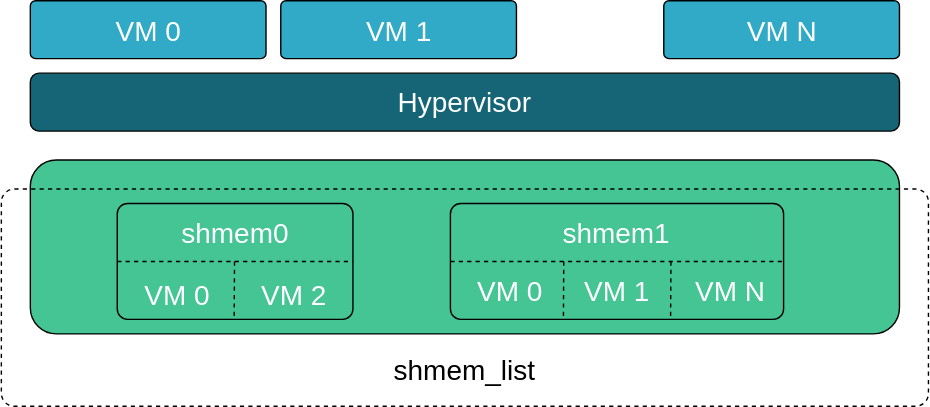
Earlier version of the draw.io export source/bao_hyp/img/shmem.svg (bao-project/bao-docs). Source tidied: cells renumbered, new cells last; positions are measured from the earlier drawing's top-left corner, leaving out a move shared by most shapes. Its diagram source:
```xml
<mxGraphModel>
  <root>
    <mxCell id="0" />
    <mxCell id="1" parent="0" />
    <mxCell id="2" style="group;fontSize=20;" parent="1" vertex="1">
      <mxGeometry width="662.9" height="290" as="geometry" />
    </mxCell>
    <mxCell id="3" value="Hypervisor" style="rounded=1;whiteSpace=wrap;html=1;fillColor=#156577;fontSize=20;fontColor=#FFFFFF;" parent="2" vertex="1">
      <mxGeometry x="20.7" y="51.8" width="621.4" height="41.4" as="geometry" />
    </mxCell>
    <mxCell id="4" style="group;fontSize=20;fontColor=#FFFFFF;" parent="2" vertex="1">
      <mxGeometry x="20.7" width="621.4" height="41.4" as="geometry" />
    </mxCell>
    <mxCell id="5" value="..." style="text;html=1;strokeColor=none;fillColor=none;align=center;verticalAlign=middle;whiteSpace=wrap;rounded=0;opacity=50;textOpacity=50;fontSize=20;fontColor=#FFFFFF;" parent="4" vertex="1">
      <mxGeometry x="347.6" y="5.2" width="105.3" height="31.1" as="geometry" />
    </mxCell>
    <mxCell id="6" value="VM N" style="rounded=1;whiteSpace=wrap;html=1;fillColor=#30aac6;arcSize=9;fontSize=20;fontColor=#FFFFFF;" parent="4" vertex="1">
      <mxGeometry x="452.9" width="168.5" height="41.4" as="geometry" />
    </mxCell>
    <mxCell id="7" value="VM 1" style="rounded=1;whiteSpace=wrap;html=1;fillColor=#30aac6;arcSize=9;fontSize=20;fontColor=#FFFFFF;" parent="4" vertex="1">
      <mxGeometry x="179.1" width="168.5" height="41.4" as="geometry" />
    </mxCell>
    <mxCell id="8" value="VM 0" style="rounded=1;whiteSpace=wrap;html=1;fillColor=#30aac6;arcSize=9;fontSize=20;fontColor=#FFFFFF;" parent="4" vertex="1">
      <mxGeometry width="168.5" height="41.4" as="geometry" />
    </mxCell>
    <mxCell id="9" style="rounded=1;whiteSpace=wrap;html=1;fillColor=#45c494;fontSize=20;" parent="2" vertex="1">
      <mxGeometry x="20.7" y="113.9" width="621.4" height="124.3" as="geometry" />
    </mxCell>
    <mxCell id="10" style="rounded=1;whiteSpace=wrap;html=1;fillColor=none;arcSize=6;dashed=1;fontSize=20;" parent="2" vertex="1">
      <mxGeometry y="134.6" width="662.9" height="155.4" as="geometry" />
    </mxCell>
    <mxCell id="11" value="&lt;p style=&quot;line-height: 120%; font-size: 20px;&quot;&gt;&lt;font color=&quot;#ffffff&quot; style=&quot;font-size: 20px;&quot;&gt;shmem0&lt;br style=&quot;font-size: 20px;&quot;&gt;&lt;/font&gt;&lt;/p&gt;" style="rounded=1;whiteSpace=wrap;html=1;arcSize=9;fillColor=none;verticalAlign=middle;spacing=3;spacingBottom=40;fontSize=20;" parent="2" vertex="1">
      <mxGeometry x="82.9" y="145" width="168.5" height="82.9" as="geometry" />
    </mxCell>
    <mxCell id="12" style="endArrow=none;dashed=1;html=1;rounded=0;exitX=0;exitY=0.5;exitDx=0;exitDy=0;entryX=1;entryY=0.5;entryDx=0;entryDy=0;fontSize=20;" parent="2" edge="1" source="11" target="11">
      <mxGeometry relative="1" as="geometry" />
    </mxCell>
    <mxCell id="13" style="endArrow=none;dashed=1;html=1;rounded=0;fontSize=20;" parent="2" edge="1">
      <mxGeometry relative="1" as="geometry">
        <mxPoint x="166.7" y="186.4" as="sourcePoint" />
        <mxPoint x="166.5" y="227.9" as="targetPoint" />
      </mxGeometry>
    </mxCell>
    <mxCell id="14" value="&lt;font color=&quot;#ffffff&quot; style=&quot;font-size: 20px;&quot;&gt;VM 0&lt;/font&gt;" style="text;html=1;strokeColor=none;fillColor=none;align=center;verticalAlign=middle;whiteSpace=wrap;rounded=0;fontSize=20;" parent="2" vertex="1">
      <mxGeometry x="84.9" y="191.6" width="81.5" height="36.2" as="geometry" />
    </mxCell>
    <mxCell id="15" value="&lt;font color=&quot;#ffffff&quot; style=&quot;font-size: 20px;&quot;&gt;VM 2&lt;/font&gt;" style="text;html=1;strokeColor=none;fillColor=none;align=center;verticalAlign=middle;whiteSpace=wrap;rounded=0;fontSize=20;" parent="2" vertex="1">
      <mxGeometry x="170.6" y="191.6" width="76.6" height="36.2" as="geometry" />
    </mxCell>
    <mxCell id="16" value="&lt;p style=&quot;line-height: 120%; font-size: 20px;&quot;&gt;&lt;font color=&quot;#ffffff&quot; style=&quot;font-size: 20px;&quot;&gt;shmem1&lt;br style=&quot;font-size: 20px;&quot;&gt;&lt;/font&gt;&lt;/p&gt;" style="rounded=1;whiteSpace=wrap;html=1;arcSize=9;fillColor=none;verticalAlign=middle;spacing=3;spacingBottom=40;fontSize=20;" parent="2" vertex="1">
      <mxGeometry x="321.1" y="145" width="238.2" height="82.9" as="geometry" />
    </mxCell>
    <mxCell id="17" style="endArrow=none;dashed=1;html=1;rounded=0;exitX=0;exitY=0.5;exitDx=0;exitDy=0;entryX=1;entryY=0.5;entryDx=0;entryDy=0;fontSize=20;" parent="2" edge="1" source="16" target="16">
      <mxGeometry relative="1" as="geometry" />
    </mxCell>
    <mxCell id="18" value="&lt;font color=&quot;#ffffff&quot; style=&quot;font-size: 20px;&quot;&gt;VM 0&lt;/font&gt;" style="text;html=1;strokeColor=none;fillColor=none;align=center;verticalAlign=middle;whiteSpace=wrap;rounded=0;fontSize=20;" parent="2" vertex="1">
      <mxGeometry x="323.1" y="189" width="81.5" height="36.2" as="geometry" />
    </mxCell>
    <mxCell id="19" value="&lt;font color=&quot;#ffffff&quot; style=&quot;font-size: 20px;&quot;&gt;VM 1&lt;/font&gt;" style="text;html=1;strokeColor=none;fillColor=none;align=center;verticalAlign=middle;whiteSpace=wrap;rounded=0;fontSize=20;" parent="2" vertex="1">
      <mxGeometry x="401.9" y="189" width="76.6" height="36.2" as="geometry" />
    </mxCell>
    <mxCell id="20" value="&lt;font color=&quot;#ffffff&quot; style=&quot;font-size: 20px;&quot;&gt;VM N&lt;/font&gt;" style="text;html=1;strokeColor=none;fillColor=none;align=center;verticalAlign=middle;whiteSpace=wrap;rounded=0;fontSize=20;" parent="2" vertex="1">
      <mxGeometry x="482.6" y="189" width="76.6" height="36.2" as="geometry" />
    </mxCell>
    <mxCell id="21" style="endArrow=none;dashed=1;html=1;rounded=0;fontSize=20;" parent="2" edge="1">
      <mxGeometry relative="1" as="geometry">
        <mxPoint x="478.8" y="186.4" as="sourcePoint" />
        <mxPoint x="478.5" y="227.9" as="targetPoint" />
      </mxGeometry>
    </mxCell>
    <mxCell id="22" style="endArrow=none;dashed=1;html=1;rounded=0;fontSize=20;" parent="2" edge="1">
      <mxGeometry relative="1" as="geometry">
        <mxPoint x="402.1" y="186.4" as="sourcePoint" />
        <mxPoint x="401.9" y="227.9" as="targetPoint" />
      </mxGeometry>
    </mxCell>
    <mxCell id="23" value="shmem_list" style="text;html=1;strokeColor=none;fillColor=none;align=center;verticalAlign=middle;whiteSpace=wrap;rounded=0;opacity=50;fontSize=20;" parent="2" vertex="1">
      <mxGeometry x="20.7" y="238.2" width="621.4" height="51.8" as="geometry" />
    </mxCell>
  </root>
</mxGraphModel>
```
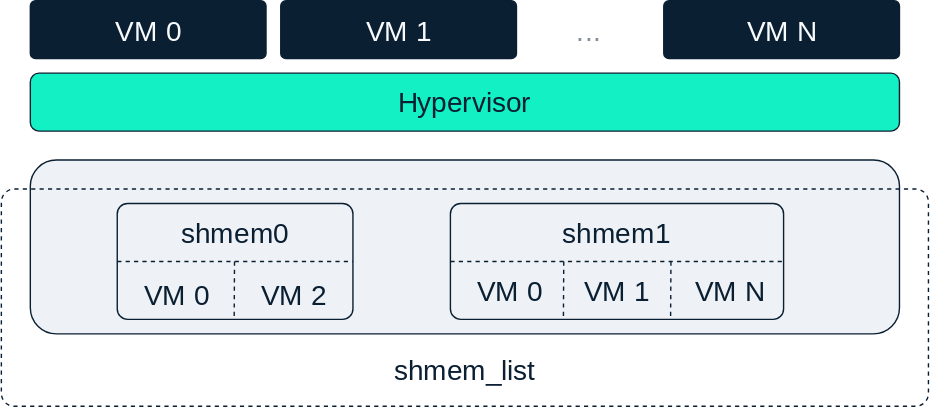
Above is the later version.

Commit message:
style(figures): recolor the hypervisor figures to the new identity

Change to the diagram source:
```diff
@@ -5,31 +5,31 @@
     <mxCell id="2" style="group;fontSize=20;" parent="1" vertex="1">
       <mxGeometry width="662.9" height="290" as="geometry" />
     </mxCell>
-    <mxCell id="3" value="Hypervisor" style="rounded=1;whiteSpace=wrap;html=1;fillColor=#156577;fontSize=20;fontColor=#FFFFFF;" parent="2" vertex="1">
+    <mxCell id="3" value="Hypervisor" style="rounded=1;whiteSpace=wrap;html=1;fillColor=#13F0C4;fontSize=20;fontColor=#0B1F33;" parent="2" vertex="1">
       <mxGeometry x="20.7" y="51.8" width="621.4" height="41.4" as="geometry" />
     </mxCell>
-    <mxCell id="4" style="group;fontSize=20;fontColor=#FFFFFF;" parent="2" vertex="1">
+    <mxCell id="4" style="group;fontSize=20;fontColor=#0B1F33;" parent="2" vertex="1">
       <mxGeometry x="20.7" width="621.4" height="41.4" as="geometry" />
     </mxCell>
-    <mxCell id="5" value="..." style="text;html=1;strokeColor=none;fillColor=none;align=center;verticalAlign=middle;whiteSpace=wrap;rounded=0;opacity=50;textOpacity=50;fontSize=20;fontColor=#FFFFFF;" parent="4" vertex="1">
+    <mxCell id="5" value="..." style="text;html=1;strokeColor=none;fillColor=none;align=center;verticalAlign=middle;whiteSpace=wrap;rounded=0;opacity=50;textOpacity=50;fontSize=20;fontColor=#0B1F33;" parent="4" vertex="1">
       <mxGeometry x="347.6" y="5.2" width="105.3" height="31.1" as="geometry" />
     </mxCell>
-    <mxCell id="6" value="VM N" style="rounded=1;whiteSpace=wrap;html=1;fillColor=#30aac6;arcSize=9;fontSize=20;fontColor=#FFFFFF;" parent="4" vertex="1">
+    <mxCell id="6" value="VM N" style="rounded=1;whiteSpace=wrap;html=1;fillColor=#0B1F33;arcSize=9;fontSize=20;fontColor=#F8FAFC;" parent="4" vertex="1">
       <mxGeometry x="452.9" width="168.5" height="41.4" as="geometry" />
     </mxCell>
-    <mxCell id="7" value="VM 1" style="rounded=1;whiteSpace=wrap;html=1;fillColor=#30aac6;arcSize=9;fontSize=20;fontColor=#FFFFFF;" parent="4" vertex="1">
+    <mxCell id="7" value="VM 1" style="rounded=1;whiteSpace=wrap;html=1;fillColor=#0B1F33;arcSize=9;fontSize=20;fontColor=#F8FAFC;" parent="4" vertex="1">
       <mxGeometry x="179.1" width="168.5" height="41.4" as="geometry" />
     </mxCell>
-    <mxCell id="8" value="VM 0" style="rounded=1;whiteSpace=wrap;html=1;fillColor=#30aac6;arcSize=9;fontSize=20;fontColor=#FFFFFF;" parent="4" vertex="1">
+    <mxCell id="8" value="VM 0" style="rounded=1;whiteSpace=wrap;html=1;fillColor=#0B1F33;arcSize=9;fontSize=20;fontColor=#F8FAFC;" parent="4" vertex="1">
       <mxGeometry width="168.5" height="41.4" as="geometry" />
     </mxCell>
-    <mxCell id="9" style="rounded=1;whiteSpace=wrap;html=1;fillColor=#45c494;fontSize=20;" parent="2" vertex="1">
+    <mxCell id="9" style="rounded=1;whiteSpace=wrap;html=1;fillColor=#EEF2F6;fontSize=20;" parent="2" vertex="1">
       <mxGeometry x="20.7" y="113.9" width="621.4" height="124.3" as="geometry" />
     </mxCell>
     <mxCell id="10" style="rounded=1;whiteSpace=wrap;html=1;fillColor=none;arcSize=6;dashed=1;fontSize=20;" parent="2" vertex="1">
       <mxGeometry y="134.6" width="662.9" height="155.4" as="geometry" />
     </mxCell>
-    <mxCell id="11" value="&lt;p style=&quot;line-height: 120%; font-size: 20px;&quot;&gt;&lt;font color=&quot;#ffffff&quot; style=&quot;font-size: 20px;&quot;&gt;shmem0&lt;br style=&quot;font-size: 20px;&quot;&gt;&lt;/font&gt;&lt;/p&gt;" style="rounded=1;whiteSpace=wrap;html=1;arcSize=9;fillColor=none;verticalAlign=middle;spacing=3;spacingBottom=40;fontSize=20;" parent="2" vertex="1">
+    <mxCell id="11" value="&lt;p style=&quot;line-height: 120%; font-size: 20px;&quot;&gt;&lt;font color=&quot;#0B1F33&quot; style=&quot;font-size: 20px;&quot;&gt;shmem0&lt;br style=&quot;font-size: 20px;&quot;&gt;&lt;/font&gt;&lt;/p&gt;" style="rounded=1;whiteSpace=wrap;html=1;arcSize=9;fillColor=none;verticalAlign=middle;spacing=3;spacingBottom=40;fontSize=20;" parent="2" vertex="1">
       <mxGeometry x="82.9" y="145" width="168.5" height="82.9" as="geometry" />
     </mxCell>
     <mxCell id="12" style="endArrow=none;dashed=1;html=1;rounded=0;exitX=0;exitY=0.5;exitDx=0;exitDy=0;entryX=1;entryY=0.5;entryDx=0;entryDy=0;fontSize=20;" parent="2" edge="1" source="11" target="11">
@@ -41,25 +41,25 @@
         <mxPoint x="166.5" y="227.9" as="targetPoint" />
       </mxGeometry>
     </mxCell>
-    <mxCell id="14" value="&lt;font color=&quot;#ffffff&quot; style=&quot;font-size: 20px;&quot;&gt;VM 0&lt;/font&gt;" style="text;html=1;strokeColor=none;fillColor=none;align=center;verticalAlign=middle;whiteSpace=wrap;rounded=0;fontSize=20;" parent="2" vertex="1">
+    <mxCell id="14" value="&lt;font color=&quot;#F8FAFC&quot; style=&quot;font-size: 20px;&quot;&gt;VM 0&lt;/font&gt;" style="text;html=1;strokeColor=none;fillColor=none;align=center;verticalAlign=middle;whiteSpace=wrap;rounded=0;fontSize=20;" parent="2" vertex="1">
       <mxGeometry x="84.9" y="191.6" width="81.5" height="36.2" as="geometry" />
     </mxCell>
-    <mxCell id="15" value="&lt;font color=&quot;#ffffff&quot; style=&quot;font-size: 20px;&quot;&gt;VM 2&lt;/font&gt;" style="text;html=1;strokeColor=none;fillColor=none;align=center;verticalAlign=middle;whiteSpace=wrap;rounded=0;fontSize=20;" parent="2" vertex="1">
+    <mxCell id="15" value="&lt;font color=&quot;#0B1F33&quot; style=&quot;font-size: 20px;&quot;&gt;VM 2&lt;/font&gt;" style="text;html=1;strokeColor=none;fillColor=none;align=center;verticalAlign=middle;whiteSpace=wrap;rounded=0;fontSize=20;" parent="2" vertex="1">
       <mxGeometry x="170.6" y="191.6" width="76.6" height="36.2" as="geometry" />
     </mxCell>
-    <mxCell id="16" value="&lt;p style=&quot;line-height: 120%; font-size: 20px;&quot;&gt;&lt;font color=&quot;#ffffff&quot; style=&quot;font-size: 20px;&quot;&gt;shmem1&lt;br style=&quot;font-size: 20px;&quot;&gt;&lt;/font&gt;&lt;/p&gt;" style="rounded=1;whiteSpace=wrap;html=1;arcSize=9;fillColor=none;verticalAlign=middle;spacing=3;spacingBottom=40;fontSize=20;" parent="2" vertex="1">
+    <mxCell id="16" value="&lt;p style=&quot;line-height: 120%; font-size: 20px;&quot;&gt;&lt;font color=&quot;#0B1F33&quot; style=&quot;font-size: 20px;&quot;&gt;shmem1&lt;br style=&quot;font-size: 20px;&quot;&gt;&lt;/font&gt;&lt;/p&gt;" style="rounded=1;whiteSpace=wrap;html=1;arcSize=9;fillColor=none;verticalAlign=middle;spacing=3;spacingBottom=40;fontSize=20;" parent="2" vertex="1">
       <mxGeometry x="321.1" y="145" width="238.2" height="82.9" as="geometry" />
     </mxCell>
     <mxCell id="17" style="endArrow=none;dashed=1;html=1;rounded=0;exitX=0;exitY=0.5;exitDx=0;exitDy=0;entryX=1;entryY=0.5;entryDx=0;entryDy=0;fontSize=20;" parent="2" edge="1" source="16" target="16">
       <mxGeometry relative="1" as="geometry" />
     </mxCell>
-    <mxCell id="18" value="&lt;font color=&quot;#ffffff&quot; style=&quot;font-size: 20px;&quot;&gt;VM 0&lt;/font&gt;" style="text;html=1;strokeColor=none;fillColor=none;align=center;verticalAlign=middle;whiteSpace=wrap;rounded=0;fontSize=20;" parent="2" vertex="1">
+    <mxCell id="18" value="&lt;font color=&quot;#F8FAFC&quot; style=&quot;font-size: 20px;&quot;&gt;VM 0&lt;/font&gt;" style="text;html=1;strokeColor=none;fillColor=none;align=center;verticalAlign=middle;whiteSpace=wrap;rounded=0;fontSize=20;" parent="2" vertex="1">
       <mxGeometry x="323.1" y="189" width="81.5" height="36.2" as="geometry" />
     </mxCell>
-    <mxCell id="19" value="&lt;font color=&quot;#ffffff&quot; style=&quot;font-size: 20px;&quot;&gt;VM 1&lt;/font&gt;" style="text;html=1;strokeColor=none;fillColor=none;align=center;verticalAlign=middle;whiteSpace=wrap;rounded=0;fontSize=20;" parent="2" vertex="1">
+    <mxCell id="19" value="&lt;font color=&quot;#F8FAFC&quot; style=&quot;font-size: 20px;&quot;&gt;VM 1&lt;/font&gt;" style="text;html=1;strokeColor=none;fillColor=none;align=center;verticalAlign=middle;whiteSpace=wrap;rounded=0;fontSize=20;" parent="2" vertex="1">
       <mxGeometry x="401.9" y="189" width="76.6" height="36.2" as="geometry" />
     </mxCell>
-    <mxCell id="20" value="&lt;font color=&quot;#ffffff&quot; style=&quot;font-size: 20px;&quot;&gt;VM N&lt;/font&gt;" style="text;html=1;strokeColor=none;fillColor=none;align=center;verticalAlign=middle;whiteSpace=wrap;rounded=0;fontSize=20;" parent="2" vertex="1">
+    <mxCell id="20" value="&lt;font color=&quot;#F8FAFC&quot; style=&quot;font-size: 20px;&quot;&gt;VM N&lt;/font&gt;" style="text;html=1;strokeColor=none;fillColor=none;align=center;verticalAlign=middle;whiteSpace=wrap;rounded=0;fontSize=20;" parent="2" vertex="1">
       <mxGeometry x="482.6" y="189" width="76.6" height="36.2" as="geometry" />
     </mxCell>
     <mxCell id="21" style="endArrow=none;dashed=1;html=1;rounded=0;fontSize=20;" parent="2" edge="1">
```
